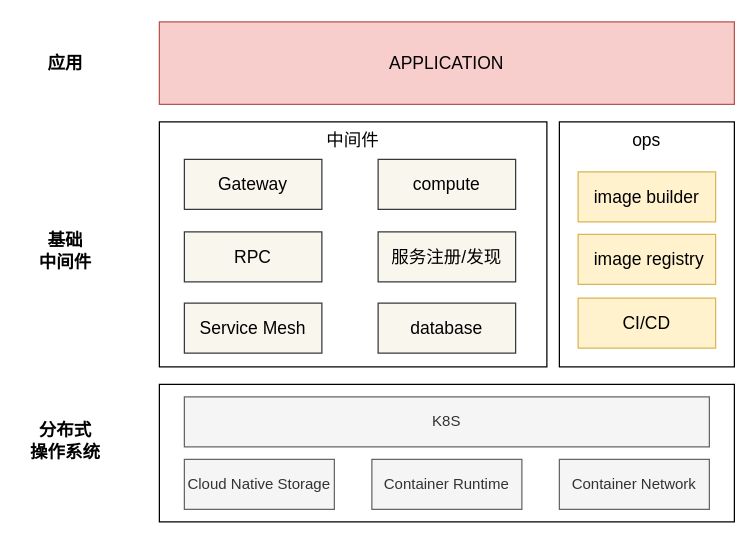
learn2Pro/draw_io_save keeps this draw.io diagram as cloud-native-view.drawio. Above is the earlier version. Source tidied: cells renumbered, new cells numbered last; positions are measured from the earlier drawing's top-left corner, leaving out a move shared by most shapes. Both pictures are drawn from the tidied source at 125%, with x=0, y=0 at pixel (21, 21).
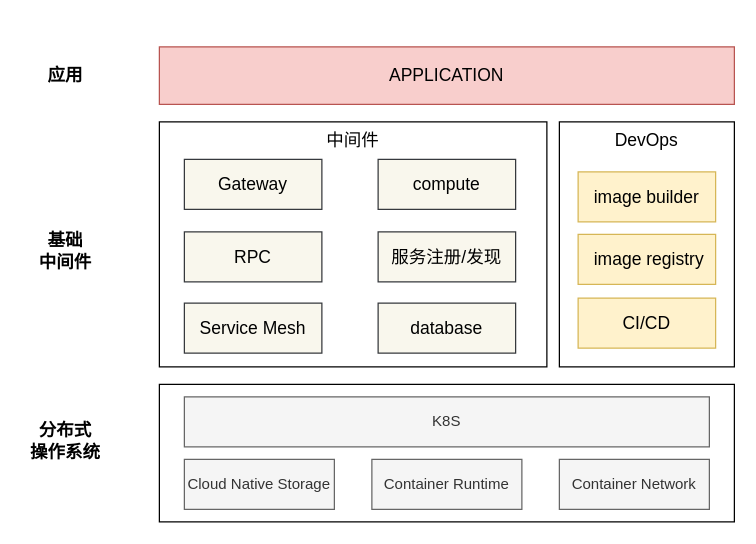
After the change.

The edit, as a diff of the source:
```diff
@@
-    <mxCell id="17" value="ops" style="text;html=1;strokeColor=none;fillColor=none;align=center;verticalAlign=middle;whiteSpace=wrap;rounded=0;fontSize=14;" parent="1" vertex="1">
+    <mxCell id="17" value="DevOps" style="text;html=1;strokeColor=none;fillColor=none;align=center;verticalAlign=middle;whiteSpace=wrap;rounded=0;fontSize=14;" parent="1" vertex="1">
       <mxGeometry x="470" y="80" width="60" height="30" as="geometry" />
     </mxCell>
@@
     <mxCell id="22" value="APPLICATION" style="rounded=0;whiteSpace=wrap;html=1;fontSize=14;fillColor=#f8cecc;strokeColor=#b85450;" parent="1" vertex="1">
-      <mxGeometry x="110" width="460" height="66" as="geometry" />
+      <mxGeometry x="110" y="20" width="460" height="46" as="geometry" />
     </mxCell>
     <mxCell id="23" value="&lt;span style=&quot;font-size: 14px;&quot;&gt;&lt;b&gt;应用&lt;/b&gt;&lt;/span&gt;" style="text;html=1;strokeColor=none;fillColor=none;align=center;verticalAlign=middle;whiteSpace=wrap;rounded=0;" parent="1" vertex="1">
-      <mxGeometry y="18" width="70" height="30" as="geometry" />
+      <mxGeometry y="28" width="70" height="30" as="geometry" />
     </mxCell>
```
